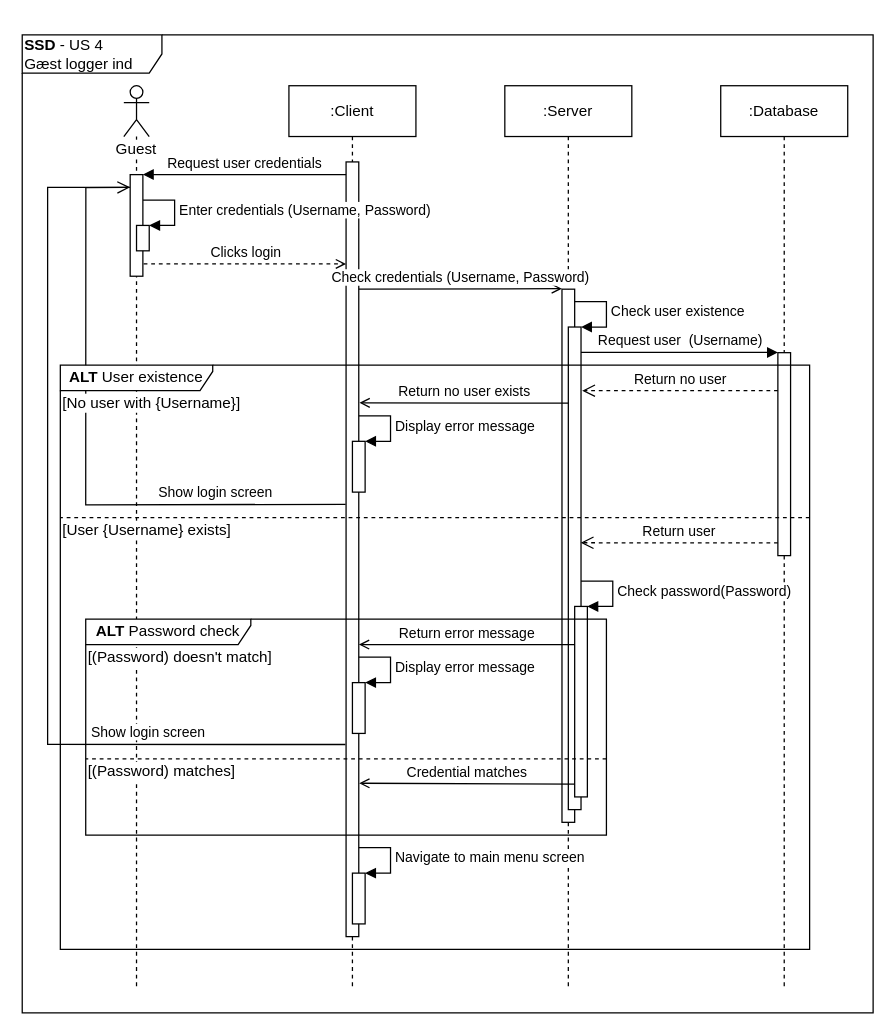
This is diagrams/arkitektur/US4_login.drawio from Macradon/I7BAC-PlugNPlay, a draw.io file, before an edit. Source tidied: cells renumbered, new cells numbered last; positions are measured from the earlier drawing's top-left corner, leaving out a move shared by most shapes. Both pictures are drawn from the tidied source at 127%, with x=0, y=0 at pixel (22, 34).
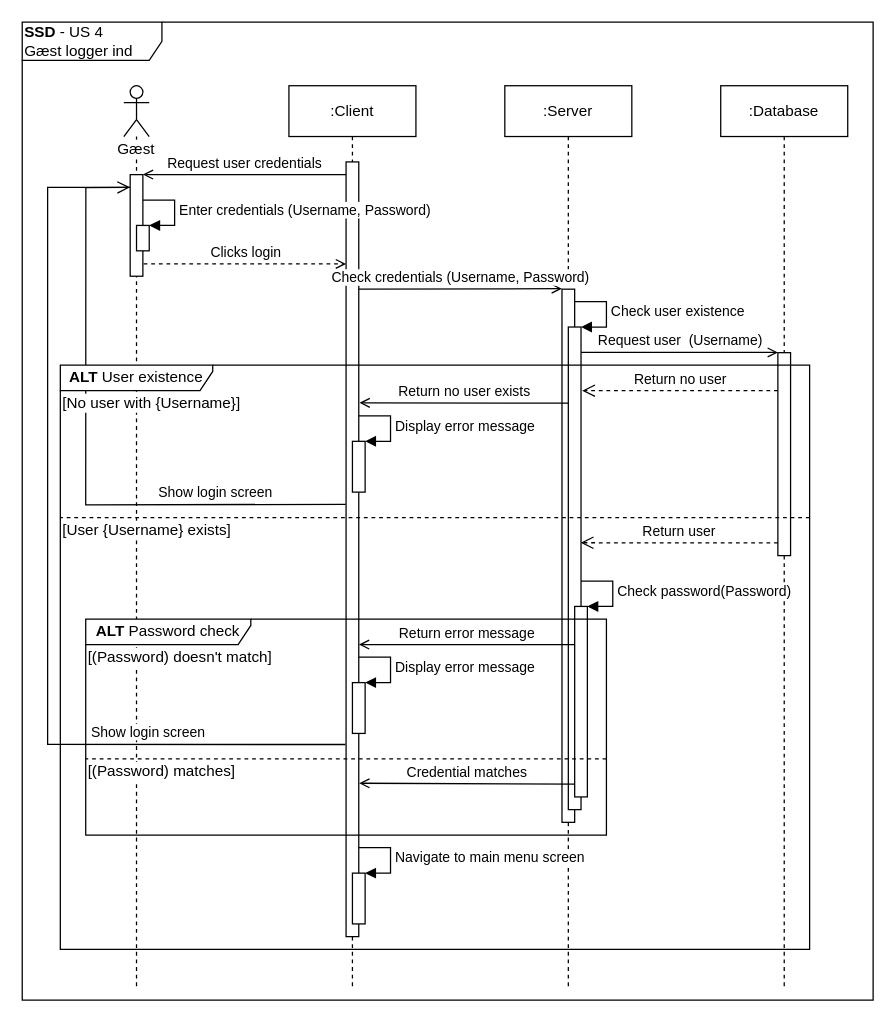
The same page after the edit.

Unchanged cells that the change refers to:
```xml
<mxCell id="11" style="html=1;points=[];perimeter=orthogonalPerimeter;labelBackgroundColor=#ffffff;" parent="1" vertex="1">
  <mxGeometry x="85" y="110" width="10" height="80" as="geometry" />
</mxCell>
<mxCell id="17" style="html=1;points=[];perimeter=orthogonalPerimeter;labelBackgroundColor=none;" parent="1" vertex="1">
  <mxGeometry x="595" y="250.2" width="10" height="159.8" as="geometry" />
</mxCell>
```

Diff of the diagram source:
```diff
@@
     <mxCell id="2" value="&lt;b&gt;SSD&lt;/b&gt;&amp;nbsp;- US 4&lt;br&gt;Gæst logger ind" style="shape=umlFrame;whiteSpace=wrap;html=1;labelBackgroundColor=none;align=left;width=110;height=30;" parent="1" vertex="1">
-      <mxGeometry width="670" height="770" as="geometry" />
+      <mxGeometry y="-10" width="670" height="770" as="geometry" />
     </mxCell>
@@
-    <mxCell id="7" value="Guest" style="shape=umlLifeline;participant=umlActor;perimeter=lifelinePerimeter;whiteSpace=wrap;html=1;verticalAlign=top;spacingTop=36;labelBackgroundColor=#ffffff;" parent="1" vertex="1">
+    <mxCell id="7" value="Gæst" style="shape=umlLifeline;participant=umlActor;perimeter=lifelinePerimeter;whiteSpace=wrap;html=1;verticalAlign=top;spacingTop=36;labelBackgroundColor=#ffffff;" parent="1" vertex="1">
       <mxGeometry x="80" y="40" width="20" height="710" as="geometry" />
     </mxCell>
@@
-    <mxCell id="13" value="Request user credentials" style="html=1;verticalAlign=bottom;endArrow=block;entryX=0.997;entryY=-0.001;entryDx=0;entryDy=0;entryPerimeter=0;" parent="1" edge="1" target="11">
+    <mxCell id="13" value="Request user credentials" style="html=1;verticalAlign=bottom;endArrow=open;entryX=0.997;entryY=-0.001;entryDx=0;entryDy=0;entryPerimeter=0;endFill=0;" parent="1" edge="1" target="11">
       <mxGeometry relative="1" as="geometry">
         <mxPoint x="255" y="110" as="sourcePoint" />
       </mxGeometry>
     </mxCell>
@@
-    <mxCell id="20" value="Request user&amp;nbsp; (Username)" style="html=1;verticalAlign=bottom;endArrow=block;entryX=0.006;entryY=-0.001;entryDx=0;entryDy=0;entryPerimeter=0;" parent="1" edge="1" target="17">
+    <mxCell id="20" value="Request user&amp;nbsp; (Username)" style="html=1;verticalAlign=bottom;endArrow=open;entryX=0.006;entryY=-0.001;entryDx=0;entryDy=0;entryPerimeter=0;endFill=0;" parent="1" edge="1" target="17">
       <mxGeometry relative="1" as="geometry">
         <mxPoint x="440" y="250" as="sourcePoint" />
       </mxGeometry>
     </mxCell>
```
